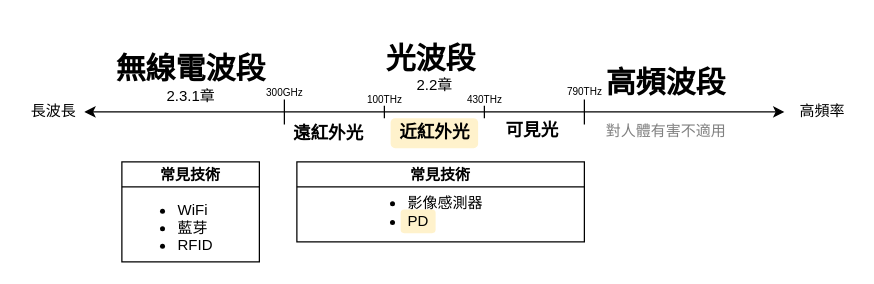
plum870131/Thesis_Latex keeps this draw.io diagram as page "第3頁" (4 of 4) of ThesisCh/定位方法.drawio. Above is the earlier version. Source tidied: cells renumbered, new cells numbered last; positions are measured from the earlier drawing's top-left corner, leaving out a move shared by most shapes. Both pictures are drawn from the tidied source at 125%, with x=0, y=0 at pixel (21, 28).
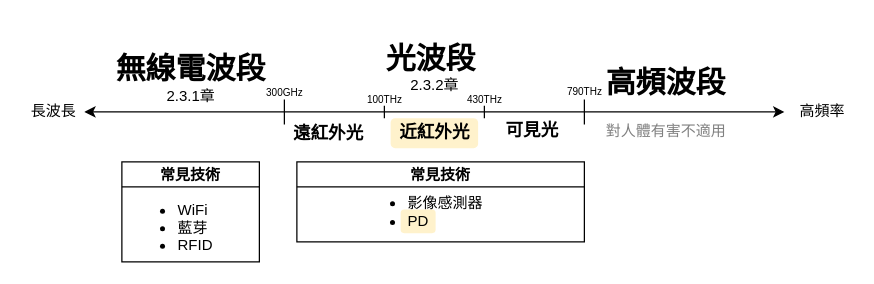
The same page after the edit.

Change to the diagram source:
```diff
@@
-    <mxCell id="27" value="2.2章" style="text;html=1;align=center;verticalAlign=middle;strokeColor=none;fillColor=none;" parent="1" vertex="1">
-      <mxGeometry x="310.5" y="37" width="39" height="18" as="geometry" />
+    <mxCell id="27" value="2.3.2章" style="text;html=1;align=center;verticalAlign=middle;strokeColor=none;fillColor=none;" parent="1" vertex="1">
+      <mxGeometry x="305.5" y="37" width="49" height="18" as="geometry" />
     </mxCell>
```
